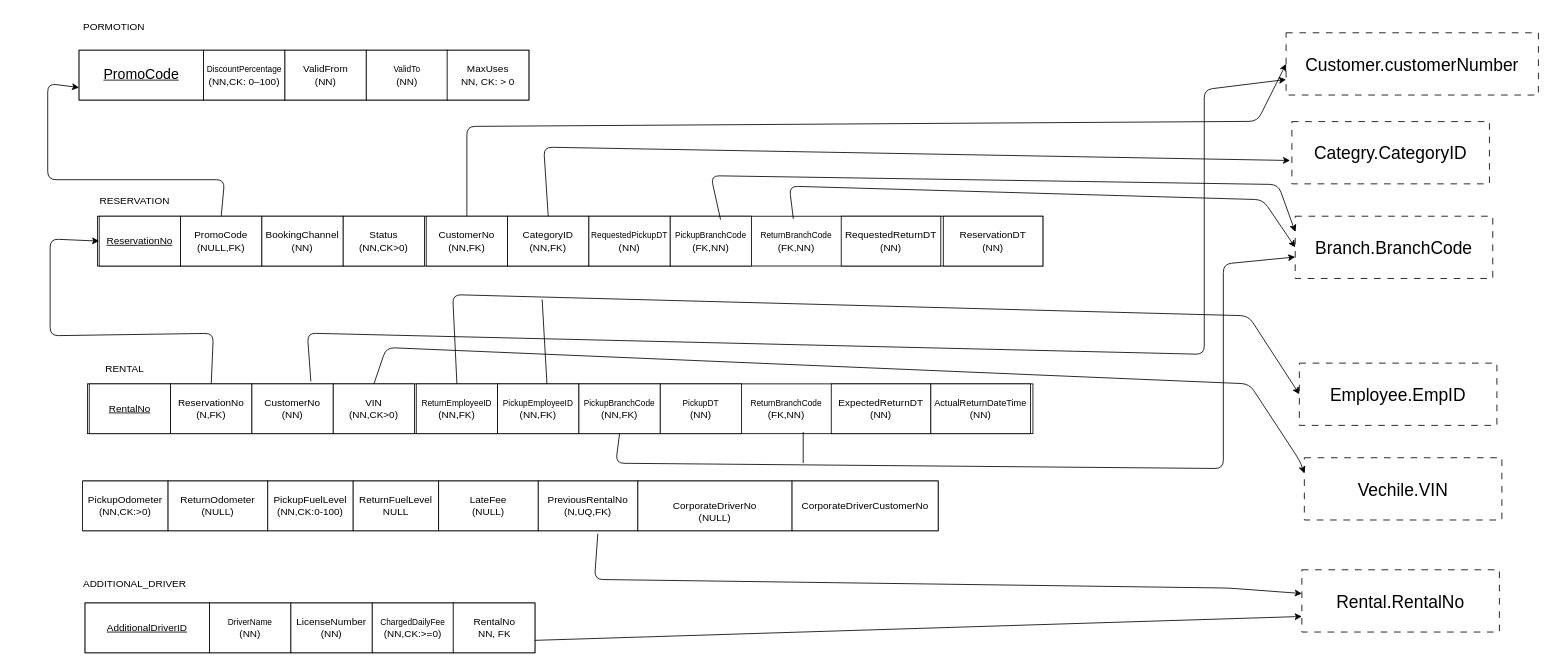
Before: page "schema-4" (12 of 16) of DriveNow.drawio in Manar166/Manar166-Database-Assignment-1, a draw.io diagram. Source tidied: cells renumbered, new cells numbered last; positions are measured from the earlier drawing's top-left corner, leaving out a move shared by most shapes. Both pictures are drawn from the tidied source at 83%, with x=0, y=0 at pixel (14, 14).
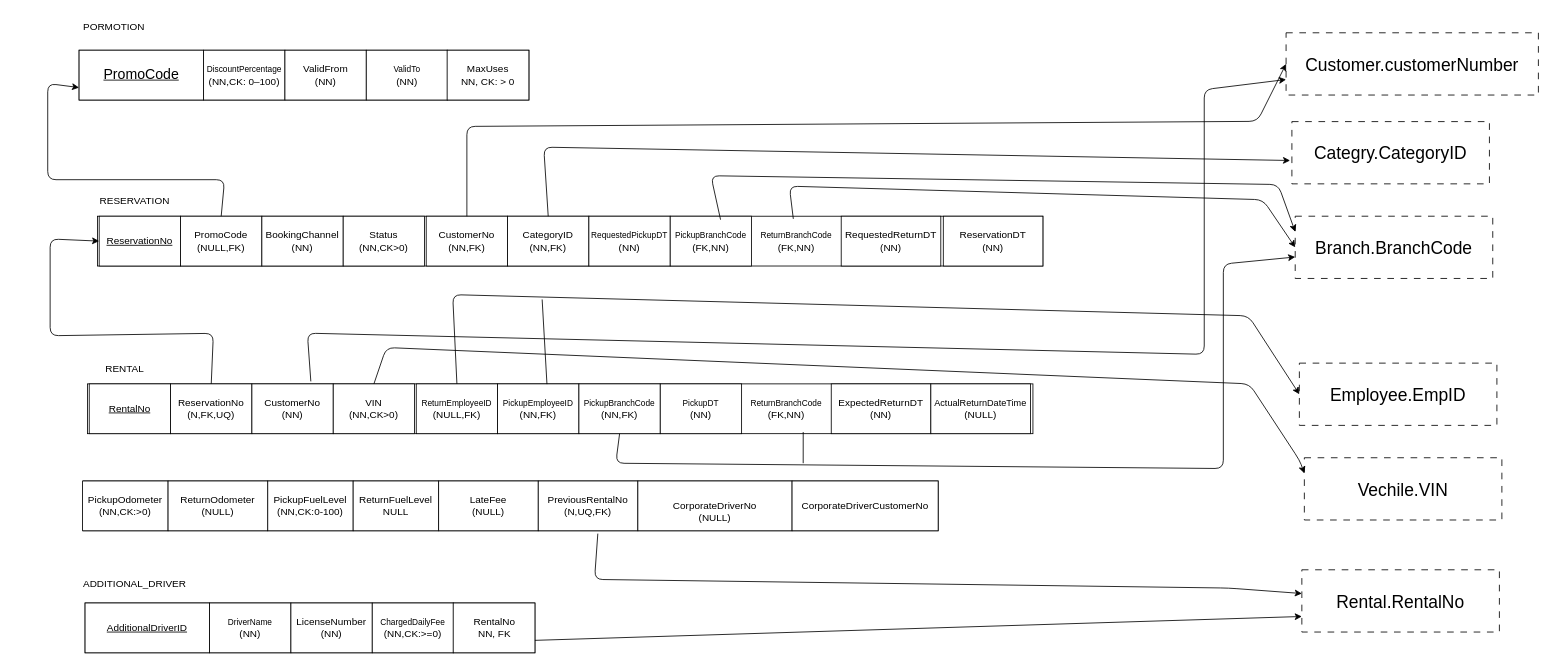
Above is the later version.

Change to the diagram source:
```diff
@@
-    <mxCell id="24" value="&lt;div&gt;ReservationNo&lt;/div&gt;&lt;div&gt;(N,FK)&lt;/div&gt;" style="whiteSpace=wrap;html=1;" parent="1" vertex="1">
+    <mxCell id="24" value="&lt;div&gt;ReservationNo&lt;/div&gt;&lt;div&gt;(N,FK,UQ)&lt;/div&gt;" style="whiteSpace=wrap;html=1;" parent="1" vertex="1">
       <mxGeometry x="188" y="445" width="98" height="60" as="geometry" />
     </mxCell>
@@
-    <mxCell id="27" value="&lt;font style=&quot;font-size: 10px;&quot;&gt;ReturnEmployeeID&lt;/font&gt;&lt;div&gt;(NN,FK)&lt;/div&gt;" style="whiteSpace=wrap;html=1;" parent="1" vertex="1">
+    <mxCell id="27" value="&lt;font style=&quot;font-size: 10px;&quot;&gt;ReturnEmployeeID&lt;/font&gt;&lt;div&gt;(NULL,FK)&lt;/div&gt;" style="whiteSpace=wrap;html=1;" parent="1" vertex="1">
       <mxGeometry x="484" y="445" width="98" height="60" as="geometry" />
     </mxCell>
@@
-    <mxCell id="34" value="&lt;font style=&quot;font-size: 11px;&quot;&gt;ActualReturnDateTime&lt;/font&gt;&lt;div&gt;(NN)&lt;/div&gt;" style="whiteSpace=wrap;html=1;" parent="1" vertex="1">
+    <mxCell id="34" value="&lt;font style=&quot;font-size: 11px;&quot;&gt;ActualReturnDateTime&lt;/font&gt;&lt;div&gt;(NULL)&lt;/div&gt;" style="whiteSpace=wrap;html=1;" parent="1" vertex="1">
       <mxGeometry x="1104" y="445" width="120" height="60" as="geometry" />
     </mxCell>
```
